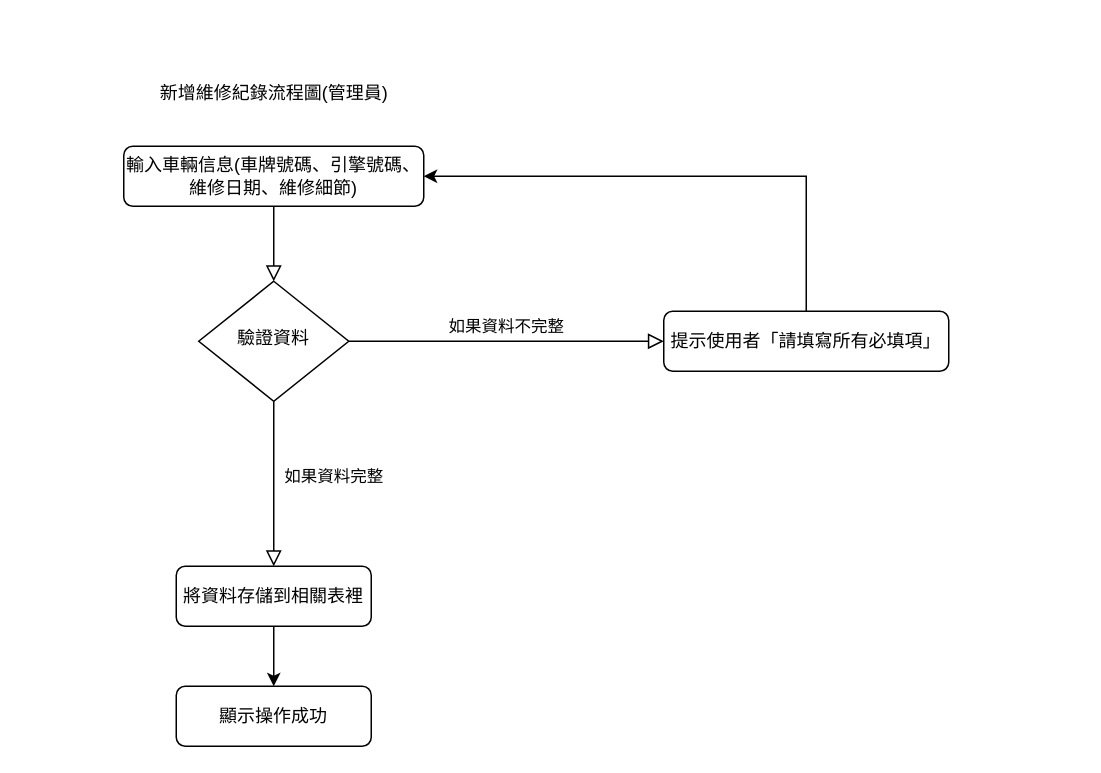
This is 系統流程圖(新增維修紀錄流程圖).drawio from hak99101314/Maintenance-inquiry-system, a draw.io file, before an edit. Source tidied: cells renumbered, new cells numbered last; positions are measured from the earlier drawing's top-left corner, leaving out a move shared by most shapes. Both pictures are drawn from the tidied source at 150%, with x=0, y=0 at pixel (123, 70).
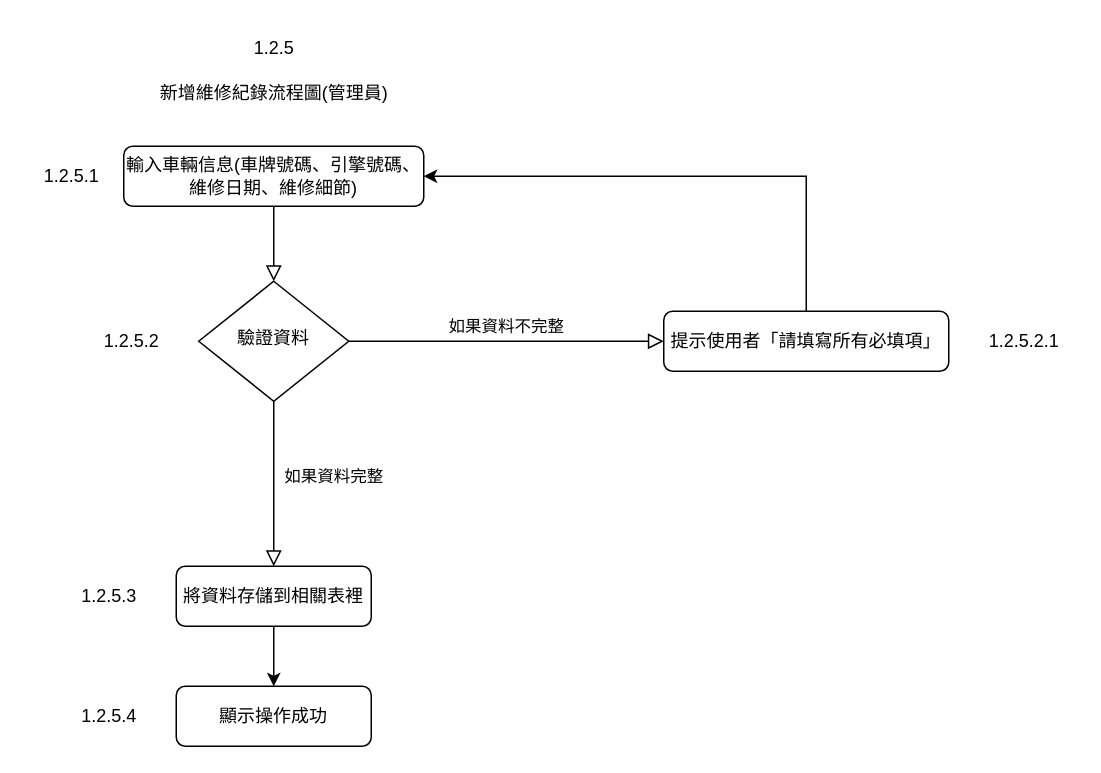
The same diagram, later.

Commit message:
更新系統流程圖(新增維修紀錄流程圖).drawio

The edit, as a diff of the source:
```diff
@@
 <mxGraphModel>
   <root>
     <mxCell id="0" />
     <mxCell id="1" parent="0" />
     <mxCell id="2" style="rounded=0;html=1;jettySize=auto;fontSize=11;endArrow=block;endFill=0;endSize=8;strokeWidth=1;shadow=0;labelBackgroundColor=none;edgeStyle=orthogonalEdgeStyle;" parent="1" edge="1" source="3" target="6">
       <mxGeometry relative="1" as="geometry" />
     </mxCell>
     <mxCell id="3" value="輸入車輛信息(車牌號碼、引擎號碼、維修日期、維修細節)" style="rounded=1;whiteSpace=wrap;html=1;fontSize=12;glass=0;strokeWidth=1;shadow=0;" parent="1" vertex="1">
       <mxGeometry y="50" width="200" height="40" as="geometry" />
     </mxCell>
     <mxCell id="4" value="如果資料完整" style="rounded=0;html=1;jettySize=auto;fontSize=11;endArrow=block;endFill=0;endSize=8;strokeWidth=1;shadow=0;labelBackgroundColor=none;edgeStyle=orthogonalEdgeStyle;entryX=0.5;entryY=0;entryDx=0;entryDy=0;" parent="1" edge="1" source="6" target="10">
       <mxGeometry x="-0.09" y="40" relative="1" as="geometry" />
     </mxCell>
     <mxCell id="5" value="如果資料不完整" style="edgeStyle=orthogonalEdgeStyle;rounded=0;html=1;jettySize=auto;fontSize=11;endArrow=block;endFill=0;endSize=8;strokeWidth=1;shadow=0;labelBackgroundColor=none;" parent="1" edge="1" source="6" target="8">
       <mxGeometry y="10" relative="1" as="geometry" />
     </mxCell>
     <mxCell id="6" value="驗證資料" style="rhombus;whiteSpace=wrap;html=1;shadow=0;fontFamily=Helvetica;fontSize=12;align=center;strokeWidth=1;spacing=6;spacingTop=-4;" parent="1" vertex="1">
       <mxGeometry x="50" y="140" width="100" height="80" as="geometry" />
     </mxCell>
     <mxCell id="7" style="edgeStyle=orthogonalEdgeStyle;rounded=0;jettySize=auto;html=1;exitX=0.5;exitY=0;exitDx=0;exitDy=0;entryX=1;entryY=0.5;entryDx=0;entryDy=0;" parent="1" edge="1" source="8" target="3">
       <mxGeometry relative="1" as="geometry" />
     </mxCell>
     <mxCell id="8" value="提示使用者「請填寫所有必填項」" style="rounded=1;whiteSpace=wrap;html=1;fontSize=12;glass=0;strokeWidth=1;shadow=0;" parent="1" vertex="1">
       <mxGeometry x="360" y="160" width="190" height="40" as="geometry" />
     </mxCell>
     <mxCell id="9" style="edgeStyle=orthogonalEdgeStyle;rounded=0;jettySize=auto;html=1;" parent="1" edge="1" source="10" target="12">
       <mxGeometry relative="1" as="geometry" />
     </mxCell>
     <mxCell id="10" value="將資料存儲到相關表裡" style="rounded=1;whiteSpace=wrap;html=1;fontSize=12;glass=0;strokeWidth=1;shadow=0;" parent="1" vertex="1">
       <mxGeometry x="35" y="330" width="130" height="40" as="geometry" />
     </mxCell>
     <mxCell id="11" value="新增維修紀錄流程圖(管理員)" style="text;html=1;align=center;verticalAlign=middle;strokeColor=none;fillColor=none;" parent="1" vertex="1">
       <mxGeometry x="10" width="180" height="30" as="geometry" />
     </mxCell>
     <mxCell id="12" value="顯示操作成功" style="rounded=1;whiteSpace=wrap;html=1;fontSize=12;glass=0;strokeWidth=1;shadow=0;" parent="1" vertex="1">
       <mxGeometry x="35" y="410" width="130" height="40" as="geometry" />
     </mxCell>
+    <mxCell id="13" value="1.2.5" style="text;html=1;align=center;verticalAlign=middle;strokeColor=none;fillColor=none;" parent="1" vertex="1">
+      <mxGeometry x="75" y="-30" width="50" height="30" as="geometry" />
+    </mxCell>
+    <mxCell id="14" value="1.2.5.1" style="text;html=1;align=center;verticalAlign=middle;strokeColor=none;fillColor=none;" parent="1" vertex="1">
+      <mxGeometry x="-65" y="55" width="60" height="30" as="geometry" />
+    </mxCell>
+    <mxCell id="15" value="1.2.5.2" style="text;html=1;align=center;verticalAlign=middle;strokeColor=none;fillColor=none;" parent="1" vertex="1">
+      <mxGeometry x="-25" y="165" width="60" height="30" as="geometry" />
+    </mxCell>
+    <mxCell id="16" value="1.2.5.2.1" style="text;html=1;align=center;verticalAlign=middle;strokeColor=none;fillColor=none;" parent="1" vertex="1">
+      <mxGeometry x="565" y="165" width="70" height="30" as="geometry" />
+    </mxCell>
+    <mxCell id="17" value="1.2.5.3" style="text;html=1;align=center;verticalAlign=middle;strokeColor=none;fillColor=none;" parent="1" vertex="1">
+      <mxGeometry x="-40" y="335" width="60" height="30" as="geometry" />
+    </mxCell>
+    <mxCell id="18" value="1.2.5.4" style="text;html=1;align=center;verticalAlign=middle;strokeColor=none;fillColor=none;" parent="1" vertex="1">
+      <mxGeometry x="-40" y="415" width="60" height="30" as="geometry" />
+    </mxCell>
   </root>
 </mxGraphModel>
```
